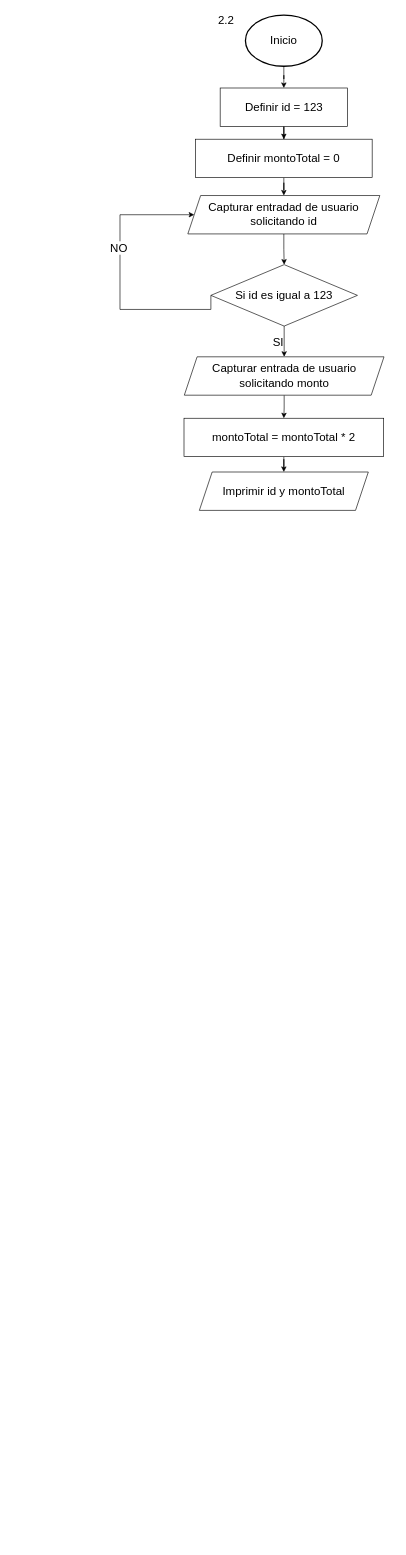
This is Diagramas.drawio from DiegoCa009/git-testing, a draw.io file, before an edit. Source tidied: cells renumbered, new cells numbered last; positions are measured from the earlier drawing's top-left corner, leaving out a move shared by most shapes. Both pictures are drawn from the tidied source at 64%, with x=0, y=0 at pixel (120, 11).
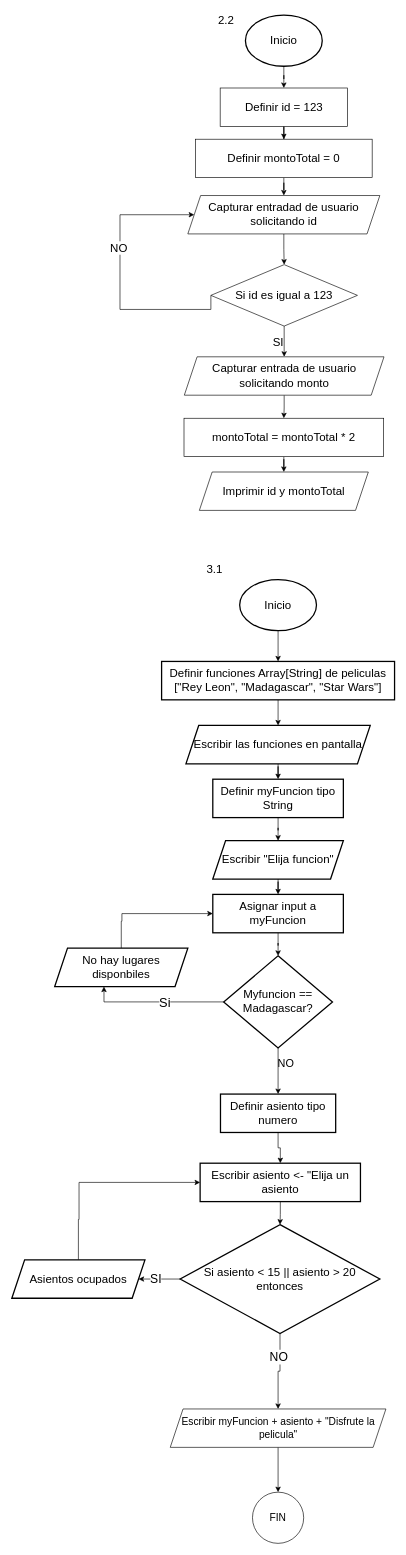
Above is the later version.

What changed in the source:
```diff
@@
+    <mxCell id="21" style="edgeStyle=orthogonalEdgeStyle;rounded=0;jettySize=auto;html=1;" parent="1" edge="1" source="22" target="25">
+      <mxGeometry relative="1" as="geometry" />
+    </mxCell>
+    <mxCell id="22" value="&lt;div style=&quot;font-size: 18px;&quot;&gt;&lt;font style=&quot;font-size: 18px;&quot;&gt;Inicio&lt;/font&gt;&lt;/div&gt;" style="ellipse;whiteSpace=wrap;html=1;align=center;strokeWidth=2;fontSize=18;" parent="1" vertex="1">
+      <mxGeometry x="187" y="888" width="120" height="80" as="geometry" />
+    </mxCell>
+    <mxCell id="23" value="&lt;font style=&quot;font-size: 18px;&quot;&gt;3.1&lt;/font&gt;" style="text;html=1;align=center;verticalAlign=middle;whiteSpace=wrap;rounded=0;" parent="1" vertex="1">
+      <mxGeometry x="118" y="858" width="60" height="30" as="geometry" />
+    </mxCell>
+    <mxCell id="24" style="edgeStyle=orthogonalEdgeStyle;rounded=0;jettySize=auto;html=1;" parent="1" edge="1" source="25" target="27">
+      <mxGeometry relative="1" as="geometry" />
+    </mxCell>
+    <mxCell id="25" value="Definir funciones Array[String] de peliculas [&quot;Rey Leon&quot;, &quot;Madagascar&quot;, &quot;Star Wars&quot;]" style="whiteSpace=wrap;html=1;fontSize=18;strokeWidth=2;" parent="1" vertex="1">
+      <mxGeometry x="65" y="1016" width="364" height="60" as="geometry" />
+    </mxCell>
+    <mxCell id="26" style="edgeStyle=orthogonalEdgeStyle;rounded=0;jettySize=auto;html=1;" parent="1" edge="1" source="27" target="29">
+      <mxGeometry relative="1" as="geometry" />
+    </mxCell>
+    <mxCell id="27" value="Escribir las funciones en pantalla" style="shape=parallelogram;perimeter=parallelogramPerimeter;whiteSpace=wrap;html=1;fixedSize=1;fontSize=18;strokeWidth=2;" parent="1" vertex="1">
+      <mxGeometry x="103" y="1116" width="288" height="60" as="geometry" />
+    </mxCell>
+    <mxCell id="28" style="edgeStyle=orthogonalEdgeStyle;rounded=0;jettySize=auto;html=1;" parent="1" edge="1" source="29" target="31">
+      <mxGeometry relative="1" as="geometry" />
+    </mxCell>
+    <mxCell id="29" value="Definir myFuncion tipo String" style="whiteSpace=wrap;html=1;fontSize=18;strokeWidth=2;" parent="1" vertex="1">
+      <mxGeometry x="145" y="1200" width="204" height="60" as="geometry" />
+    </mxCell>
+    <mxCell id="30" style="edgeStyle=orthogonalEdgeStyle;rounded=0;jettySize=auto;html=1;" parent="1" edge="1" source="31" target="33">
+      <mxGeometry relative="1" as="geometry" />
+    </mxCell>
+    <mxCell id="31" value="Escribir &quot;Elija funcion&quot;" style="shape=parallelogram;perimeter=parallelogramPerimeter;whiteSpace=wrap;html=1;fixedSize=1;fontSize=18;strokeWidth=2;" parent="1" vertex="1">
+      <mxGeometry x="145" y="1296" width="204" height="60" as="geometry" />
+    </mxCell>
+    <mxCell id="32" style="edgeStyle=orthogonalEdgeStyle;rounded=0;jettySize=auto;html=1;" parent="1" edge="1" source="33" target="37">
+      <mxGeometry relative="1" as="geometry" />
+    </mxCell>
+    <mxCell id="33" value="Asignar input a myFuncion" style="whiteSpace=wrap;html=1;fontSize=18;strokeWidth=2;" parent="1" vertex="1">
+      <mxGeometry x="145" y="1380" width="204" height="60" as="geometry" />
+    </mxCell>
+    <mxCell id="34" style="edgeStyle=orthogonalEdgeStyle;rounded=0;jettySize=auto;html=1;entryX=0.37;entryY=1;entryDx=0;entryDy=0;entryPerimeter=0;fontSize=18;" parent="1" edge="1" source="37" target="39">
+      <mxGeometry relative="1" as="geometry" />
+    </mxCell>
+    <mxCell id="35" value="&lt;font style=&quot;font-size: 20px;&quot;&gt;Si&lt;/font&gt;" style="edgeLabel;html=1;align=center;verticalAlign=middle;" parent="34" vertex="1">
+      <mxGeometry x="-0.12" relative="1" as="geometry" />
+    </mxCell>
+    <mxCell id="36" style="edgeStyle=orthogonalEdgeStyle;rounded=0;jettySize=auto;html=1;" parent="1" edge="1" source="37" target="41">
+      <mxGeometry relative="1" as="geometry" />
+    </mxCell>
+    <mxCell id="37" value="Myfuncion == Madagascar?" style="rhombus;whiteSpace=wrap;html=1;fontSize=18;strokeWidth=2;" parent="1" vertex="1">
+      <mxGeometry x="162" y="1476" width="170" height="144" as="geometry" />
+    </mxCell>
+    <mxCell id="38" style="edgeStyle=orthogonalEdgeStyle;rounded=0;jettySize=auto;html=1;entryX=0;entryY=0.5;entryDx=0;entryDy=0;" parent="1" edge="1" source="39" target="33">
+      <mxGeometry relative="1" as="geometry">
+        <Array as="points">
+          <mxPoint x="2" y="1422" />
+          <mxPoint x="3" y="1422" />
+          <mxPoint x="3" y="1410" />
+        </Array>
+      </mxGeometry>
+    </mxCell>
+    <mxCell id="39" value="No hay lugares disponbiles" style="shape=parallelogram;perimeter=parallelogramPerimeter;whiteSpace=wrap;html=1;fixedSize=1;fontSize=18;strokeWidth=2;" parent="1" vertex="1">
+      <mxGeometry x="-102" y="1464" width="208" height="60" as="geometry" />
+    </mxCell>
+    <mxCell id="40" style="edgeStyle=orthogonalEdgeStyle;rounded=0;jettySize=auto;html=1;" parent="1" edge="1" source="41" target="43">
+      <mxGeometry relative="1" as="geometry" />
+    </mxCell>
+    <mxCell id="41" value="Definir asiento tipo numero" style="whiteSpace=wrap;html=1;fontSize=18;strokeWidth=2;" parent="1" vertex="1">
+      <mxGeometry x="157" y="1692" width="180" height="60" as="geometry" />
+    </mxCell>
+    <mxCell id="42" style="edgeStyle=orthogonalEdgeStyle;rounded=0;jettySize=auto;html=1;" parent="1" edge="1" source="43" target="48">
+      <mxGeometry relative="1" as="geometry" />
+    </mxCell>
+    <mxCell id="43" value="Escribir asiento &amp;lt;- &quot;Elija un asiento" style="whiteSpace=wrap;html=1;fontSize=18;strokeWidth=2;" parent="1" vertex="1">
+      <mxGeometry x="125.2" y="1800" width="250.5" height="60" as="geometry" />
+    </mxCell>
+    <mxCell id="44" style="edgeStyle=orthogonalEdgeStyle;rounded=0;jettySize=auto;html=1;" parent="1" edge="1" source="48" target="50">
+      <mxGeometry relative="1" as="geometry" />
+    </mxCell>
+    <mxCell id="45" value="SI" style="edgeLabel;html=1;align=center;verticalAlign=middle;fontSize=19;" parent="44" vertex="1">
+      <mxGeometry x="0.19" relative="1" as="geometry" />
+    </mxCell>
+    <mxCell id="46" style="edgeStyle=orthogonalEdgeStyle;rounded=0;jettySize=auto;html=1;entryX=0.5;entryY=0;entryDx=0;entryDy=0;" parent="1" edge="1" source="48" target="53">
+      <mxGeometry relative="1" as="geometry" />
+    </mxCell>
+    <mxCell id="47" value="&lt;font style=&quot;font-size: 19px;&quot;&gt;NO&lt;/font&gt;" style="edgeLabel;html=1;align=center;verticalAlign=middle;" parent="46" vertex="1">
+      <mxGeometry x="-0.41" y="-3" relative="1" as="geometry" />
+    </mxCell>
+    <mxCell id="48" value="Si asiento &lt; 15 || asiento &gt; 20 entonces" style="rhombus;whiteSpace=wrap;html=1;fontSize=18;strokeWidth=2;" parent="1" vertex="1">
+      <mxGeometry x="94" y="1896" width="312" height="170" as="geometry" />
+    </mxCell>
+    <mxCell id="49" style="edgeStyle=orthogonalEdgeStyle;rounded=0;jettySize=auto;html=1;entryX=0;entryY=0.5;entryDx=0;entryDy=0;" parent="1" edge="1" source="50" target="43">
+      <mxGeometry relative="1" as="geometry">
+        <Array as="points">
+          <mxPoint x="-65" y="1888" />
+          <mxPoint x="-64" y="1830" />
+        </Array>
+      </mxGeometry>
+    </mxCell>
+    <mxCell id="50" value="Asientos ocupados" style="shape=parallelogram;perimeter=parallelogramPerimeter;whiteSpace=wrap;html=1;fixedSize=1;fontSize=18;strokeWidth=2;" parent="1" vertex="1">
+      <mxGeometry x="-169" y="1951" width="208" height="60" as="geometry" />
+    </mxCell>
+    <mxCell id="51" value="&lt;font style=&quot;font-size: 17px;&quot;&gt;NO&lt;/font&gt;" style="text;html=1;align=center;verticalAlign=middle;strokeColor=none;fillColor=none;" parent="1" vertex="1">
+      <mxGeometry x="235" y="1627" width="48" height="36" as="geometry" />
+    </mxCell>
+    <mxCell id="52" style="edgeStyle=orthogonalEdgeStyle;rounded=0;jettySize=auto;html=1;" parent="1" edge="1" source="53" target="54">
+      <mxGeometry relative="1" as="geometry" />
+    </mxCell>
+    <mxCell id="53" value="Escribir myFuncion + asiento + &quot;Disfrute la pelicula&quot;" style="shape=parallelogram;perimeter=parallelogramPerimeter;whiteSpace=wrap;html=1;fixedSize=1;fontSize=16;" parent="1" vertex="1">
+      <mxGeometry x="78.5" y="2184" width="337" height="60" as="geometry" />
+    </mxCell>
+    <mxCell id="54" value="FIN" style="ellipse;whiteSpace=wrap;html=1;fontSize=16;" parent="1" vertex="1">
+      <mxGeometry x="207" y="2314" width="80" height="80" as="geometry" />
+    </mxCell>
```
